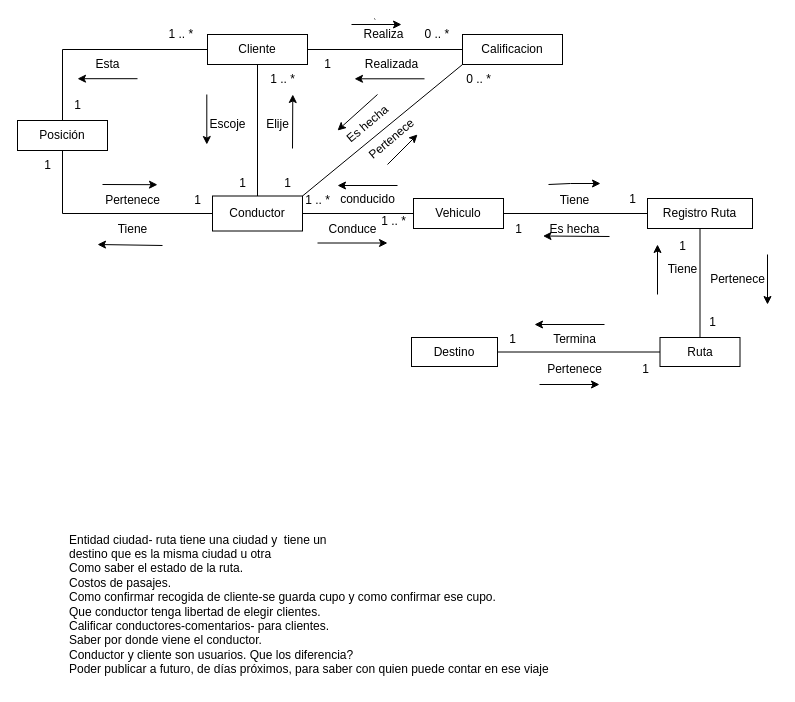
federico1605/RepositorioDOO keeps this draw.io diagram as ExtraClase/Modelado de Dominio/Modelo anemico/ModeloDominio.drawio. Above is the earlier version. Source tidied: cells renumbered, new cells numbered last; positions are measured from the earlier drawing's top-left corner, leaving out a move shared by most shapes. Both pictures are drawn from the tidied source at 100%, with x=0, y=0 at pixel (17, 18).
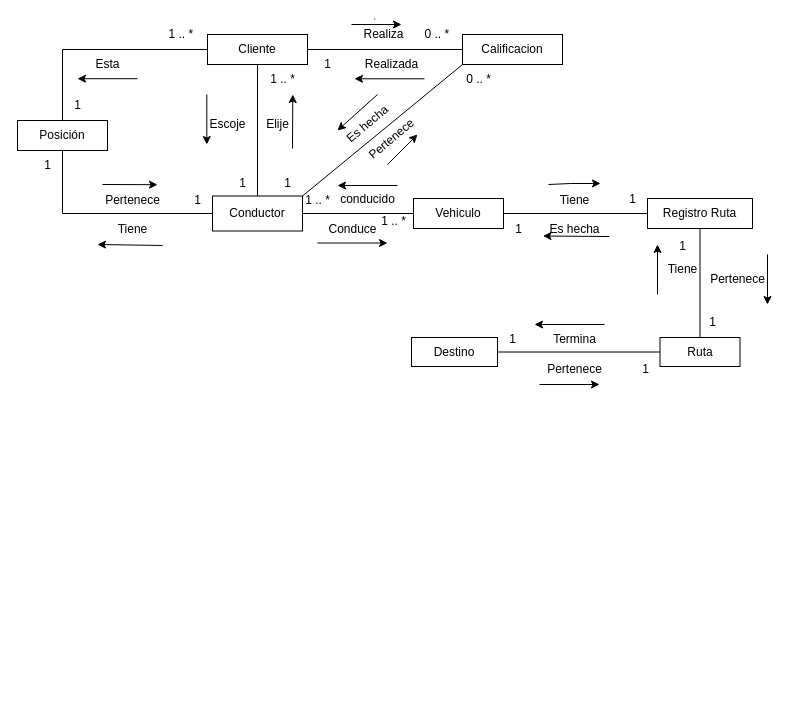
The same page after the edit.

Commit message (it also covers changes not shown here):
Imagenes de diagramas

Diff of the diagram source:
```diff
@@
-    <mxCell id="8" value="Entidad ciudad- ruta tiene una ciudad y&amp;nbsp; tiene un &lt;br&gt;destino que es la misma ciudad u otra&lt;br&gt;&lt;div&gt;Como saber el estado de la ruta.&lt;/div&gt;&lt;div&gt;Costos de pasajes.&lt;/div&gt;&lt;div&gt;Como confirmar recogida de cliente-se guarda cupo y como confirmar ese cupo.&lt;/div&gt;&lt;div&gt;Que conductor tenga libertad de elegir clientes.&lt;/div&gt;&lt;div&gt;Calificar conductores-comentarios- para clientes.&lt;/div&gt;&lt;div&gt;Saber por donde viene el conductor.&lt;/div&gt;&lt;div&gt;Conductor y cliente son usuarios. Que los diferencia?&amp;nbsp;&lt;/div&gt;&lt;div&gt;Poder publicar a futuro, de días próximos, para saber con quien puede contar en ese viaje&lt;br&gt;&lt;/div&gt;" style="text;html=1;align=left;verticalAlign=middle;strokeColor=none;fillColor=none;" parent="1" vertex="1">
-      <mxGeometry x="50" y="506" width="520" height="160" as="geometry" />
-    </mxCell>
```
